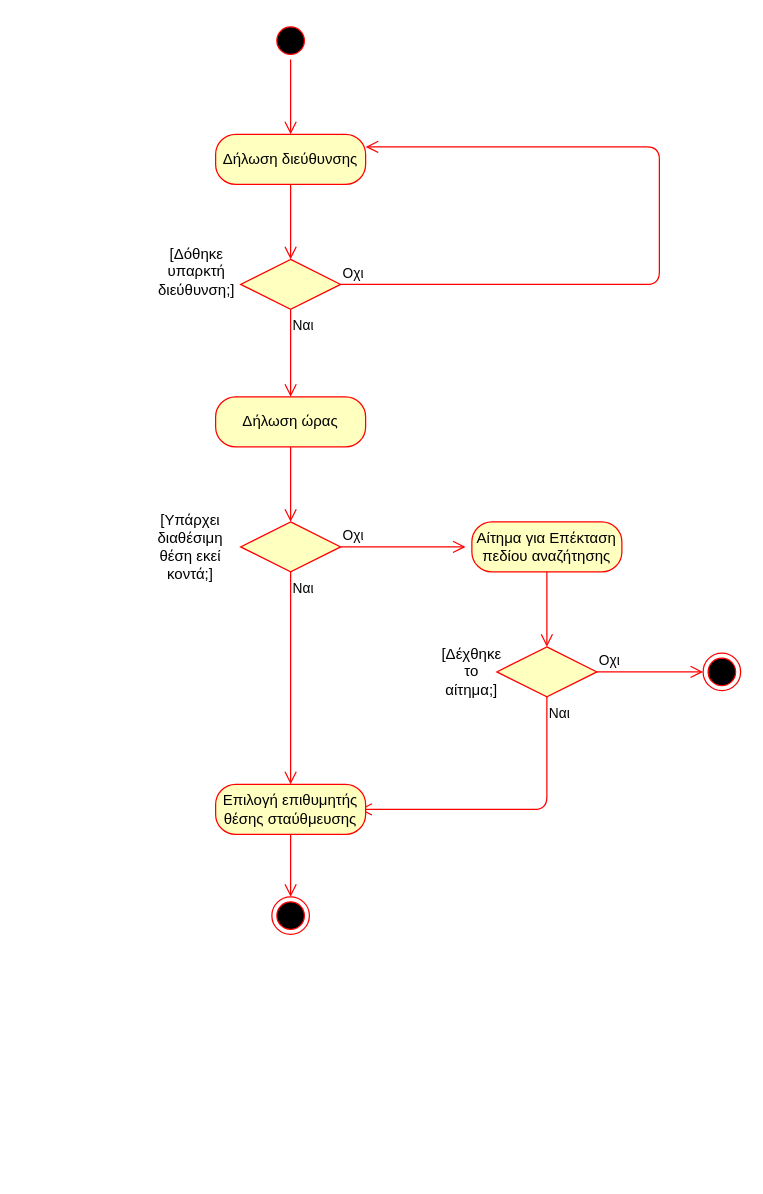
ntinouldinho/Parking-App keeps this draw.io diagram as requirements/DRAWIO files/Αίτημα_για_θέση_στάθμευσης_ΑCTIVITY.drawio. Above is the earlier version. Source tidied: cells renumbered, new cells numbered last; positions are measured from the earlier drawing's top-left corner, leaving out a move shared by most shapes. Both pictures are drawn from the tidied source at 125%, with x=0, y=0 at pixel (165, 21).
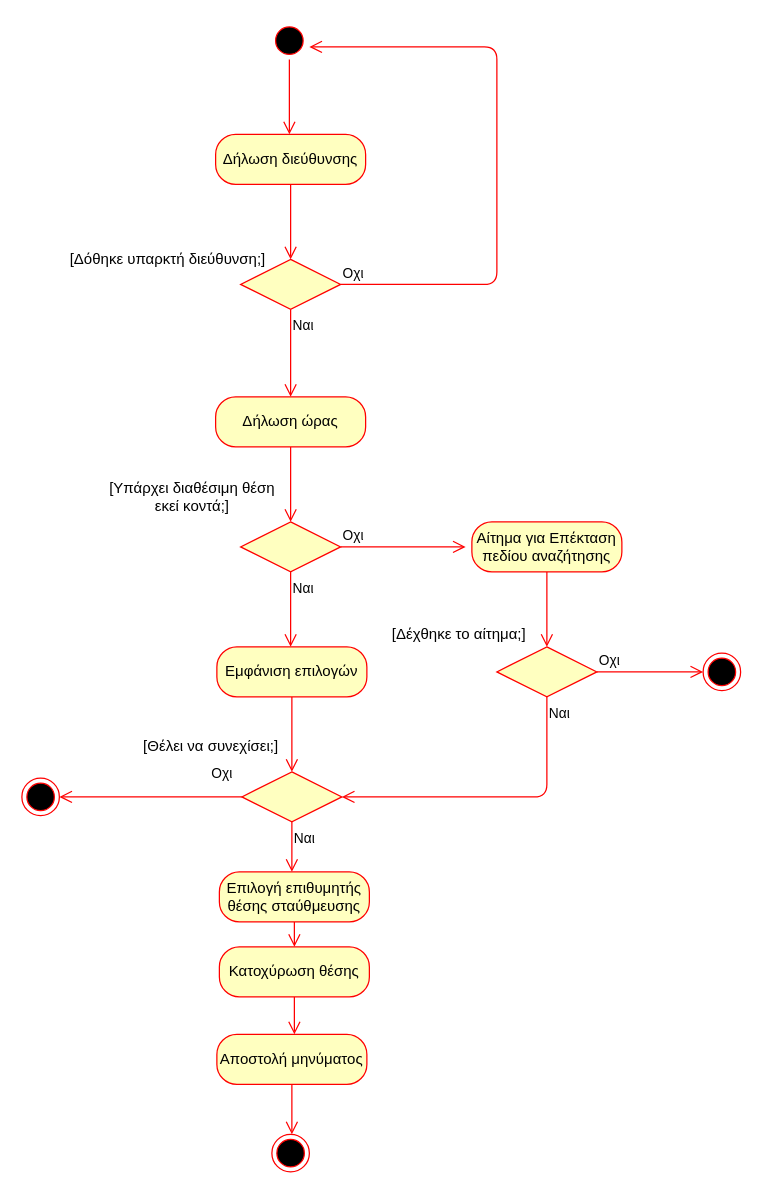
The same diagram, later.

Unchanged cells that the change refers to:
```xml
<mxCell id="4" value="Δήλωση διεύθυνσης" style="rounded=1;whiteSpace=wrap;html=1;arcSize=40;fontColor=#000000;fillColor=#ffffc0;strokeColor=#ff0000;" parent="1" vertex="1">
  <mxGeometry x="40" y="90" width="120" height="40" as="geometry" />
</mxCell>
<mxCell id="6" style="rhombus;whiteSpace=wrap;html=1;fillColor=#ffffc0;strokeColor=#ff0000;" parent="1" vertex="1">
  <mxGeometry x="60" y="190" width="80" height="40" as="geometry" />
</mxCell>
<mxCell id="12" style="rhombus;whiteSpace=wrap;html=1;fillColor=#ffffc0;strokeColor=#ff0000;" parent="1" vertex="1">
  <mxGeometry x="60" y="400" width="80" height="40" as="geometry" />
</mxCell>
<mxCell id="18" style="rhombus;whiteSpace=wrap;html=1;fillColor=#ffffc0;strokeColor=#ff0000;" parent="1" vertex="1">
  <mxGeometry x="265" y="500" width="80" height="40" as="geometry" />
</mxCell>
```

Change to the diagram source:
```diff
@@
-    <mxCell id="2" style="ellipse;html=1;shape=startState;fillColor=#000000;strokeColor=#ff0000;" parent="1" vertex="1">
-      <mxGeometry x="85" width="30" height="30" as="geometry" />
-    </mxCell>
-    <mxCell id="3" style="edgeStyle=orthogonalEdgeStyle;html=1;verticalAlign=bottom;endArrow=open;endSize=8;strokeColor=#ff0000;" parent="1" edge="1" source="2">
-      <mxGeometry relative="1" as="geometry">
-        <mxPoint x="100" y="90" as="targetPoint" />
-      </mxGeometry>
-    </mxCell>
@@
-    <mxCell id="7" value="Οχι" style="edgeStyle=orthogonalEdgeStyle;html=1;align=left;verticalAlign=bottom;endArrow=open;endSize=8;strokeColor=#ff0000;entryX=1;entryY=0.25;entryDx=0;entryDy=0;" parent="1" edge="1" source="6" target="4">
+    <mxCell id="7" value="Οχι" style="edgeStyle=orthogonalEdgeStyle;html=1;align=left;verticalAlign=bottom;endArrow=open;endSize=8;strokeColor=#ff0000;" parent="1" edge="1" source="6">
       <mxGeometry x="-1" relative="1" as="geometry">
+        <mxPoint x="115" y="20" as="targetPoint" />
         <Array as="points">
-          <mxPoint x="395" y="210" />
-          <mxPoint x="395" y="100" />
+          <mxPoint x="265" y="210" />
+          <mxPoint x="265" y="20" />
         </Array>
       </mxGeometry>
     </mxCell>
@@
     <mxCell id="9" value="[Δόθηκε υπαρκτή διεύθυνση;]" style="text;html=1;strokeColor=none;fillColor=none;align=center;verticalAlign=middle;whiteSpace=wrap;rounded=0;" parent="1" vertex="1">
-      <mxGeometry x="5" y="190" width="40" height="20" as="geometry" />
+      <mxGeometry x="-83" y="180" width="170" height="20" as="geometry" />
     </mxCell>
@@
-    <mxCell id="14" value="Ναι" style="edgeStyle=orthogonalEdgeStyle;html=1;align=left;verticalAlign=top;endArrow=open;endSize=8;strokeColor=#ff0000;entryX=0.5;entryY=0;entryDx=0;entryDy=0;" parent="1" edge="1" source="12" target="23">
-      <mxGeometry x="-1" relative="1" as="geometry" />
+    <mxCell id="14" value="Ναι" style="edgeStyle=orthogonalEdgeStyle;html=1;align=left;verticalAlign=top;endArrow=open;endSize=8;strokeColor=#ff0000;" parent="1" edge="1" source="12">
+      <mxGeometry x="-1" relative="1" as="geometry">
+        <mxPoint x="100" y="500" as="targetPoint" />
+      </mxGeometry>
     </mxCell>
     <mxCell id="15" value="[Υπάρχει διαθέσιμη θέση εκεί κοντά;]" style="text;html=1;strokeColor=none;fillColor=none;align=center;verticalAlign=middle;whiteSpace=wrap;rounded=0;" parent="1" vertex="1">
-      <mxGeometry y="410" width="40" height="20" as="geometry" />
+      <mxGeometry x="-56" y="370" width="155" height="20" as="geometry" />
     </mxCell>
@@
-    <mxCell id="20" value="Ναι" style="edgeStyle=orthogonalEdgeStyle;html=1;align=left;verticalAlign=top;endArrow=open;endSize=8;strokeColor=#ff0000;entryX=0.958;entryY=0.5;entryDx=0;entryDy=0;entryPerimeter=0;" parent="1" edge="1" source="18" target="23">
+    <mxCell id="20" value="Ναι" style="edgeStyle=orthogonalEdgeStyle;html=1;align=left;verticalAlign=top;endArrow=open;endSize=8;strokeColor=#ff0000;entryX=1;entryY=0.5;entryDx=0;entryDy=0;" parent="1" edge="1" source="18" target="34">
       <mxGeometry x="-1" relative="1" as="geometry">
         <Array as="points">
-          <mxPoint x="305" y="630" />
+          <mxPoint x="305" y="620" />
         </Array>
       </mxGeometry>
     </mxCell>
     <mxCell id="21" value="[Δέχθηκε το αίτημα;]" style="text;html=1;strokeColor=none;fillColor=none;align=center;verticalAlign=middle;whiteSpace=wrap;rounded=0;" parent="1" vertex="1">
-      <mxGeometry x="225" y="510" width="40" height="20" as="geometry" />
+      <mxGeometry x="175" y="480" width="120" height="20" as="geometry" />
     </mxCell>
@@
     <mxCell id="23" value="Επιλογή επιθυμητής θέσης σταύθμευσης" style="rounded=1;whiteSpace=wrap;html=1;arcSize=40;fontColor=#000000;fillColor=#ffffc0;strokeColor=#ff0000;" parent="1" vertex="1">
-      <mxGeometry x="40" y="610" width="120" height="40" as="geometry" />
+      <mxGeometry x="43" y="680" width="120" height="40" as="geometry" />
     </mxCell>
     <mxCell id="24" style="edgeStyle=orthogonalEdgeStyle;html=1;verticalAlign=bottom;endArrow=open;endSize=8;strokeColor=#ff0000;" parent="1" edge="1" source="23">
       <mxGeometry relative="1" as="geometry">
-        <mxPoint x="100" y="700" as="targetPoint" />
+        <mxPoint x="103" y="740" as="targetPoint" />
       </mxGeometry>
     </mxCell>
-    <mxCell id="25" style="ellipse;html=1;shape=endState;fillColor=#000000;strokeColor=#ff0000;" parent="1" vertex="1">
-      <mxGeometry x="85" y="700" width="30" height="30" as="geometry" />
-    </mxCell>
+    <mxCell id="26" style="ellipse;html=1;shape=startState;fillColor=#000000;strokeColor=#ff0000;" parent="1" vertex="1">
+      <mxGeometry x="84" width="30" height="30" as="geometry" />
+    </mxCell>
+    <mxCell id="27" style="edgeStyle=orthogonalEdgeStyle;html=1;verticalAlign=bottom;endArrow=open;endSize=8;strokeColor=#ff0000;" parent="1" edge="1" source="26">
+      <mxGeometry relative="1" as="geometry">
+        <mxPoint x="99" y="90" as="targetPoint" />
+      </mxGeometry>
+    </mxCell>
+    <mxCell id="28" value="Εμφάνιση επιλογών" style="rounded=1;whiteSpace=wrap;html=1;arcSize=40;fontColor=#000000;fillColor=#ffffc0;strokeColor=#ff0000;" parent="1" vertex="1">
+      <mxGeometry x="41" y="500" width="120" height="40" as="geometry" />
+    </mxCell>
+    <mxCell id="29" style="edgeStyle=orthogonalEdgeStyle;html=1;verticalAlign=bottom;endArrow=open;endSize=8;strokeColor=#ff0000;" parent="1" edge="1" source="28">
+      <mxGeometry relative="1" as="geometry">
+        <mxPoint x="101" y="600" as="targetPoint" />
+      </mxGeometry>
+    </mxCell>
+    <mxCell id="30" value="Κατοχύρωση θέσης" style="rounded=1;whiteSpace=wrap;html=1;arcSize=40;fontColor=#000000;fillColor=#ffffc0;strokeColor=#ff0000;" parent="1" vertex="1">
+      <mxGeometry x="43" y="740" width="120" height="40" as="geometry" />
+    </mxCell>
+    <mxCell id="31" style="edgeStyle=orthogonalEdgeStyle;html=1;verticalAlign=bottom;endArrow=open;endSize=8;strokeColor=#ff0000;" parent="1" edge="1" source="30">
+      <mxGeometry relative="1" as="geometry">
+        <mxPoint x="103" y="810" as="targetPoint" />
+      </mxGeometry>
+    </mxCell>
+    <mxCell id="32" value="Αποστολή μηνύματος" style="rounded=1;whiteSpace=wrap;html=1;arcSize=40;fontColor=#000000;fillColor=#ffffc0;strokeColor=#ff0000;" parent="1" vertex="1">
+      <mxGeometry x="41" y="810" width="120" height="40" as="geometry" />
+    </mxCell>
+    <mxCell id="33" style="edgeStyle=orthogonalEdgeStyle;html=1;verticalAlign=bottom;endArrow=open;endSize=8;strokeColor=#ff0000;" parent="1" edge="1" source="32">
+      <mxGeometry relative="1" as="geometry">
+        <mxPoint x="101" y="890" as="targetPoint" />
+      </mxGeometry>
+    </mxCell>
+    <mxCell id="34" style="rhombus;whiteSpace=wrap;html=1;fillColor=#ffffc0;strokeColor=#ff0000;" parent="1" vertex="1">
+      <mxGeometry x="61" y="600" width="80" height="40" as="geometry" />
+    </mxCell>
+    <mxCell id="35" value="Ναι" style="edgeStyle=orthogonalEdgeStyle;html=1;align=left;verticalAlign=top;endArrow=open;endSize=8;strokeColor=#ff0000;" parent="1" edge="1" source="34">
+      <mxGeometry x="-1" relative="1" as="geometry">
+        <mxPoint x="101" y="680" as="targetPoint" />
+      </mxGeometry>
+    </mxCell>
+    <mxCell id="36" value="Οχι" style="edgeStyle=orthogonalEdgeStyle;html=1;align=left;verticalAlign=bottom;endArrow=open;endSize=8;strokeColor=#ff0000;exitX=0;exitY=0.5;exitDx=0;exitDy=0;" parent="1" edge="1" source="34">
+      <mxGeometry x="-0.64" y="-10" relative="1" as="geometry">
+        <mxPoint x="-85" y="620" as="targetPoint" />
+      </mxGeometry>
+    </mxCell>
+    <mxCell id="37" value="[Θέλει να συνεχίσει;]" style="text;html=1;strokeColor=none;fillColor=none;align=center;verticalAlign=middle;whiteSpace=wrap;rounded=0;" parent="1" vertex="1">
+      <mxGeometry x="-41" y="570" width="155" height="20" as="geometry" />
+    </mxCell>
+    <mxCell id="38" style="ellipse;html=1;shape=endState;fillColor=#000000;strokeColor=#ff0000;" parent="1" vertex="1">
+      <mxGeometry x="-115" y="605" width="30" height="30" as="geometry" />
+    </mxCell>
+    <mxCell id="39" style="ellipse;html=1;shape=endState;fillColor=#000000;strokeColor=#ff0000;" parent="1" vertex="1">
+      <mxGeometry x="85" y="890" width="30" height="30" as="geometry" />
+    </mxCell>
```
